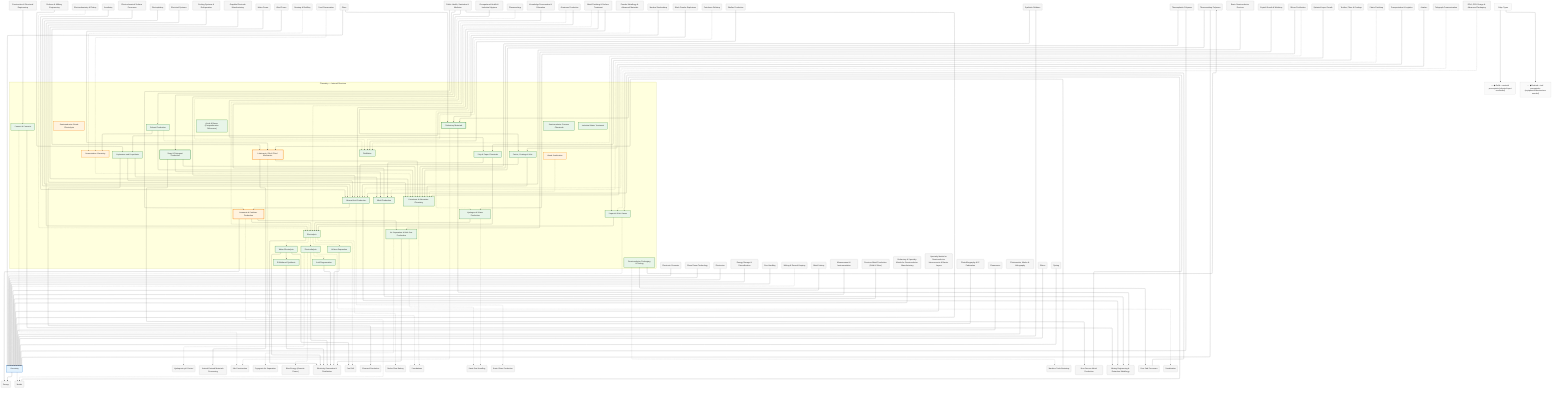
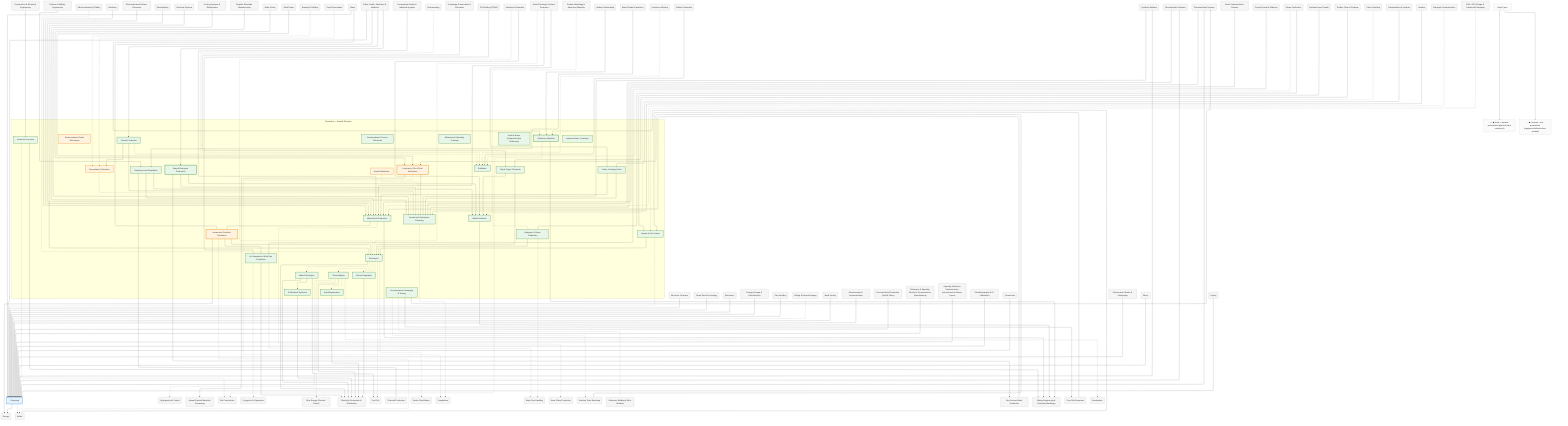
%%{init: {"flowchart": {"defaultRenderer": "elk", "htmlLabels": true}}}%%
graph TD
    %% Domain: Chemistry

    %% ==================== INTERNAL NODES ====================
    subgraph chemistry_internal ["Chemistry — Internal Structure"]
        direction TB
        chemistry_acids["Mineral Acid Production"]
        chemistry_alkalis["Alkali Production"]
        chemistry_cement["Cement & Concrete"]
        chemistry_electrolysis["Electrolysis"]
        chemistry_air-separation["Air Separation & Bulk Gas Production"]
        chemistry_hydrogen-silane["Hydrogen & Silane Production"]
        chemistry_dopant-etch-gases["Dopant & Etch Gases"]
        chemistry_packaging-testing["Semiconductor Packaging & Testing"]
        chemistry_petroleum-alternatives["Petroleum & Alternative Chemistry"]
        chemistry_lubricants["Lubricants, Oils & Fluid Mechanics"]
        chemistry_distillation["Distillation"]
        chemistry_explosives["Explosives and Propellants"]
        chemistry_petroleum-alternatives_fermentation["Fermentation Chemistry"]
        chemistry_petroleum-alternatives_wood-gasification["Wood Gasification"]
        chemistry_ammonia["Ammonia & Fertilizer Production"]
        chemistry_soap["Soap & Detergent Production"]
        chemistry_solvents["Solvent Production"]
        chemistry_refractories["Refractory Materials"]
        chemistry_coatings["Paints, Coatings & Inks"]
        chemistry_pulp-chemicals["Pulp & Paper Chemicals"]
+         chemistry_adhesives-coatings["Adhesives & Specialty Coatings"]
        chemistry_electrolysis_sem-tech["Semiconductor-Grade Electrolysis"]
        chemistry_water-electrolysis["Water Electrolysis"]
        chemistry_e-methanol["E-Methanol Synthesis"]
        chemistry_electrodialysis["Electrodialysis"]
        chemistry_acids-bases["Acids & Bases (Comprehensive Reference)"]
        chemistry_water-treatment["Industrial Water Treatment"]
        chemistry_lithium-separation["Lithium Separation"]
        chemistry_acid-regeneration["Acid Regeneration"]
        chemistry_semiconductor-chemicals["Semiconductor Process Chemicals"]
    end

    %% ==================== DOMAIN NODE ====================
    chemistry["Chemistry"]

    %% ==================== EXTERNAL DEPENDENCIES ====================
    agriculture_hydroponic-ph-control("Hydroponic pH Control")
    animals_animal-materials("Animal-Derived Materials Processing")
    ceramics_electronic-ceramics("Electronic Ceramics")
    ceramics_kilns("Kiln Construction")
    cleanrooms("Clean Room Technology")
    construction("Construction & Structural Engineering")
    cryogenics_air-separation("Cryogenic Air Separation")
    defense("Defense & Military Engineering")
    electrochemistry("Electrochemistry & Plating")
    electrochemistry_anodizing("Anodizing")
    electrochemistry_electrochemical-processes("Electrochemical Surface Processes")
    electrochemistry_electroplating("Electroplating")
    electronics("Electronics")
    electronics_electrical-systems("Electrical Systems")
    energy("Energy")
    energy_blue-energy("Blue Energy (Osmotic Power)")
    energy_cooling("Cooling Systems & Refrigeration")
    energy_electric-furnaces_electrode-manufacturing("Graphite Electrode Manufacturing")
    energy_electricity("Electricity Generation & Distribution")
    energy_fuel-cell("Fuel Cell")
    energy_fuels_charcoal("Charcoal Production")
    energy_gravity("Water Power")
    energy_redox-flow-battery("Redox Flow Battery")
    energy_storage("Energy Storage & Diversification")
    energy_wind("Wind Power")
    food-processing_brewing("Brewing & Distilling")
    food-processing_preservation("Food Preservation")
    foundations("Foundations")
    gas-handling("Gas Handling")
    gas-handling_basic("Basic Gas Handling")
    glass("Glass")
    glass_basic("Basic Glass Production")
    health("Public Health, Sanitation & Medicine")
    health_occupational-health("Occupational Health & Industrial Hygiene")
    health_pharmacology("Pharmacology")
    knowledge("Knowledge Preservation & Education")
    knowledge_writing("Writing & Record-Keeping")
    machine-tools("Machine Tools Bootstrap")
    machine-tools_joining("Metal Joining")
+     machine-tools_joining_tig-welding("TIG Welding (GTAW)")
+     machine-tools_joining_ultrasonic-bonding("Ultrasonic Welding & Wire Bonding")
    measurement("Measurement & Instrumentation")
    metals("Metals")
    metals_aluminum("Aluminum Production")
    metals_finishing("Metal Finishing & Surface Treatment")
    metals_non-ferrous("Non-Ferrous Metal Production")
    metals_powder-metallurgy("Powder Metallurgy & Advanced Materials")
    metals_precious-metals("Precious Metal Production (Gold & Silver)")
    metals_refractory-specialty("Refractory & Specialty Metals for Semiconductor Manufacturing")
    metals_specialty-semiconductor("Specialty Metals for Semiconductor Interconnects & Barrier Layers")
    metals_steelmaking("Modern Steelmaking")
    mining("Mining Engineering & Extractive Metallurgy")
    mining_extraction_black-powder("Black Powder Explosives")
    petroleum_refining("Petroleum Refining")
    photolithography("Photolithography & IC Fabrication")
    photolithography_cleanrooms("Cleanrooms")
    photolithography_fab-processes("Core Fab Processes")
    photolithography_resists-masks("Photoresists, Masks & Lithography")
    polymers_rubber_shellac("Shellac Production")
    polymers_rubber_synthetic("Synthetic Rubbers")
    polymers_thermoplastics("Thermoplastic Polymers")
    polymers_thermosets("Thermosetting Polymers")
    silicon("Silicon")
    silicon_basic-devices("Basic Semiconductor Devices")
    silicon_crystal-growth("Crystal Growth & Wafering")
    silicon_purification("Silicon Purification")
    silicon_wafering_epitaxy("Epitaxial Layer Growth")
    textiles("Textiles, Fiber & Cordage")
    textiles_dyeing("Dyeing")
    textiles_finishing("Fabric Finishing")
    transport("Transportation & Logistics")
    transport_aviation("Aviation")
    transport_telegraph("Telegraph Communication")
    vlsi-scaling_eda-design("EDA, GPU Design & Advanced Packaging")
    water_desalination("Desalination")

    %% ==================== EDGES ====================
    chemistry_hydrogen-silane --> chemistry_electrolysis
    chemistry_dopant-etch-gases --> chemistry_electrolysis
    chemistry_dopant-etch-gases -.-> chemistry
    chemistry_lubricants --> chemistry_petroleum-alternatives
    chemistry_explosives --> chemistry_acids
    chemistry_explosives --> chemistry_alkalis
    chemistry_petroleum-alternatives_fermentation -.-> chemistry_petroleum-alternatives
    chemistry_petroleum-alternatives_wood-gasification -.-> chemistry_petroleum-alternatives
    chemistry_ammonia --> chemistry_air-separation
    chemistry_ammonia --> chemistry_electrolysis
    chemistry_acids --> chemistry_ammonia
    chemistry_soap --> chemistry_alkalis
    chemistry_soap --> chemistry_petroleum-alternatives
    chemistry_solvents --> chemistry_petroleum-alternatives
    chemistry_solvents -.-> chemistry_distillation
    chemistry_solvents --> chemistry_petroleum-alternatives_fermentation
    chemistry_coatings --> chemistry_petroleum-alternatives
    chemistry_coatings --> chemistry_acids
    chemistry_pulp-chemicals --> chemistry_alkalis
    chemistry_pulp-chemicals --> chemistry_electrolysis
    chemistry_electrolysis -.-> chemistry_water-electrolysis
    chemistry_electrolysis -.-> chemistry_electrodialysis
    chemistry_electrolysis -.-> chemistry_lithium-separation
    chemistry_water-electrolysis --> chemistry_e-methanol
    chemistry_electrodialysis -.-> chemistry_acid-regeneration
    energy_gravity --> chemistry_lubricants
    energy_wind --> chemistry_lubricants
    machine-tools --> chemistry_lubricants
    energy_cooling --> chemistry_petroleum-alternatives
    chemistry_electrolysis --> energy_electricity
    machine-tools_joining --> chemistry
    chemistry -.-> metals
    chemistry --> energy
    chemistry_acids --> mining
    chemistry_acids -.-> glass_basic
    chemistry_alkalis --> mining
    chemistry_cement -.-> ceramics_kilns
    chemistry_cement --> mining
    glass --> chemistry
    gas-handling --> chemistry
    measurement --> chemistry
    silicon --> chemistry
    silicon_purification -.-> chemistry_distillation
    silicon_purification --> chemistry_hydrogen-silane
    silicon_crystal-growth --> chemistry_air-separation
    silicon_basic-devices --> chemistry_acids
    photolithography --> chemistry
    photolithography_cleanrooms --> chemistry
    photolithography_resists-masks --> chemistry
    photolithography_fab-processes --> chemistry_dopant-etch-gases
    vlsi-scaling_eda-design -.-> chemistry_dopant-etch-gases
    health --> chemistry
    chemistry_air-separation --> energy_electricity
    chemistry_air-separation -.-> gas-handling_basic
    chemistry_hydrogen-silane -.-> gas-handling_basic
    chemistry_packaging-testing --> photolithography_fab-processes
    chemistry_packaging-testing -.-> machine-tools
    chemistry_packaging-testing --> polymers_thermosets
    energy_storage --> chemistry
    chemistry_lubricants -.-> foundations
    chemistry_petroleum-alternatives -.-> foundations
    transport_aviation --> chemistry_petroleum-alternatives
    polymers_rubber_synthetic --> chemistry_petroleum-alternatives
    polymers_rubber_synthetic --> chemistry
    polymers_thermosets --> chemistry_petroleum-alternatives
    polymers_thermosets --> chemistry
    polymers_thermoplastics --> chemistry_petroleum-alternatives
    polymers_thermoplastics --> chemistry
    health_pharmacology -.-> chemistry_distillation
    textiles_dyeing --> chemistry
    ceramics_electronic-ceramics --> chemistry
    energy_electric-furnaces_electrode-manufacturing --> chemistry_petroleum-alternatives
    mining_extraction_black-powder --> chemistry_explosives
    transport_telegraph -.-> chemistry_acids
    chemistry_explosives --> energy_fuels_charcoal
    polymers_rubber_shellac --> chemistry_distillation
    knowledge_writing -.-> chemistry
    chemistry_ammonia --> energy
    chemistry_ammonia -.-> metals
    health --> chemistry_ammonia
    health --> chemistry_soap
    health --> chemistry_solvents
    chemistry_refractories --> mining
    chemistry_refractories -.-> ceramics_kilns
    metals --> chemistry_refractories
    glass --> chemistry_refractories
    transport --> chemistry_coatings
    knowledge --> chemistry_pulp-chemicals
    textiles --> chemistry_pulp-chemicals
    metals_steelmaking --> chemistry_refractories
    metals_aluminum -.-> chemistry_electrolysis
    metals_aluminum --> chemistry_alkalis
    metals_non-ferrous --> chemistry_acids
    chemistry_soap --> metals_non-ferrous
    metals_finishing --> chemistry_acids
    metals_finishing -.-> chemistry_electrolysis
    metals_finishing --> chemistry_coatings
    metals_powder-metallurgy -.-> chemistry_hydrogen-silane
    chemistry_lubricants --> animals_animal-materials
    textiles_finishing -.-> chemistry_alkalis
    health_occupational-health --> chemistry_acids
    silicon_wafering_epitaxy --> chemistry_dopant-etch-gases
    chemistry_electrolysis -.-> energy_redox-flow-battery
    chemistry_electrolysis -.-> energy_fuel-cell
    chemistry_water-electrolysis --> energy_electricity
    chemistry_e-methanol --> energy_electricity
    chemistry_electrodialysis --> energy_electricity
    chemistry_lithium-separation --> energy_electricity
    chemistry_acid-regeneration --> energy_electricity
    chemistry_water-electrolysis --> energy_fuel-cell
    chemistry_electrodialysis -.-> water_desalination
    chemistry_electrodialysis -.-> energy_blue-energy
    chemistry_electrodialysis -.-> agriculture_hydroponic-ph-control
    electronics --> chemistry
    electronics_electrical-systems --> chemistry_electrolysis
    metals_refractory-specialty --> chemistry
    metals_specialty-semiconductor --> chemistry
    metals_precious-metals --> chemistry
    cleanrooms --> chemistry
    chemistry_air-separation -.-> cryogenics_air-separation
    electrochemistry -.-> chemistry_electrolysis
    electrochemistry_electroplating --> chemistry_acids
    electrochemistry_anodizing --> chemistry_acids
    electrochemistry_electrochemical-processes --> chemistry_acids
    petroleum_refining -.-> chemistry_distillation
    defense --> chemistry_explosives
    construction --> chemistry_cement
    food-processing_preservation -.-> chemistry_petroleum-alternatives_fermentation
    food-processing_brewing -.-> chemistry_petroleum-alternatives_fermentation
+     machine-tools_joining_tig-welding --> chemistry_air-separation
+     chemistry_packaging-testing -.-> machine-tools_joining_ultrasonic-bonding

    %% ==================== EDGE TYPE LEGEND ====================
    EdgeLegend["Edge Types"]
    EdgeLegend --> MatNote["──▶ Solid = material prerequisite (physical input consumed)"]
    EdgeLegend --> ToolNote["- - ▶ Dashed = tool prerequisite (equipment/infrastructure needed)"]

    %% ==================== STYLING ====================
    classDef domain fill:#e3f2fd,stroke:#1976d2,stroke-width:2px
    classDef capability fill:#e8f5e9,stroke:#388e3c,stroke-width:2px
    classDef process fill:#fff3e0,stroke:#f57c00,stroke-width:2px
    classDef critical fill:#fff3e0,stroke:#f57c00,stroke-width:3px
    classDef earlyWin fill:#e8f5e9,stroke:#388e3c,stroke-width:3px
    classDef pinnacle fill:#fce4ec,stroke:#c62828,stroke-width:3px
    classDef external fill:#f5f5f5,stroke:#9e9e9e,stroke-width:1px
    classDef legend fill:#fafafa,stroke:#bdbdbd,stroke-width:1px
    class chemistry domain
    class chemistry_acids capability
    class chemistry_alkalis capability
    class chemistry_cement capability
    class chemistry_electrolysis capability
    class chemistry_air-separation capability
    class chemistry_hydrogen-silane capability
    class chemistry_dopant-etch-gases capability
    class chemistry_packaging-testing capability
    class chemistry_petroleum-alternatives capability
    class chemistry_lubricants critical
    class chemistry_distillation capability
    class chemistry_explosives capability
    class chemistry_petroleum-alternatives_fermentation process
    class chemistry_petroleum-alternatives_wood-gasification process
    class chemistry_ammonia critical
    class chemistry_soap earlyWin
    class chemistry_solvents capability
    class chemistry_refractories earlyWin
    class chemistry_coatings capability
    class chemistry_pulp-chemicals capability
+     class chemistry_adhesives-coatings capability
    class chemistry_electrolysis_sem-tech process
    class chemistry_water-electrolysis capability
    class chemistry_e-methanol capability
    class chemistry_electrodialysis capability
    class chemistry_acids-bases capability
    class chemistry_water-treatment capability
    class chemistry_lithium-separation capability
    class chemistry_acid-regeneration capability
    class chemistry_semiconductor-chemicals capability
    class agriculture_hydroponic-ph-control external
    class animals_animal-materials external
    class ceramics_electronic-ceramics external
    class ceramics_kilns external
    class cleanrooms external
    class construction external
    class cryogenics_air-separation external
    class defense external
    class electrochemistry external
    class electrochemistry_anodizing external
    class electrochemistry_electrochemical-processes external
    class electrochemistry_electroplating external
    class electronics external
    class electronics_electrical-systems external
    class energy external
    class energy_blue-energy external
    class energy_cooling external
    class energy_electric-furnaces_electrode-manufacturing external
    class energy_electricity external
    class energy_fuel-cell external
    class energy_fuels_charcoal external
    class energy_gravity external
    class energy_redox-flow-battery external
    class energy_storage external
    class energy_wind external
    class food-processing_brewing external
    class food-processing_preservation external
    class foundations external
    class gas-handling external
    class gas-handling_basic external
    class glass external
    class glass_basic external
    class health external
    class health_occupational-health external
    class health_pharmacology external
    class knowledge external
    class knowledge_writing external
    class machine-tools external
    class machine-tools_joining external
+     class machine-tools_joining_tig-welding external
+     class machine-tools_joining_ultrasonic-bonding external
    class measurement external
    class metals external
    class metals_aluminum external
    class metals_finishing external
    class metals_non-ferrous external
    class metals_powder-metallurgy external
    class metals_precious-metals external
    class metals_refractory-specialty external
    class metals_specialty-semiconductor external
    class metals_steelmaking external
    class mining external
    class mining_extraction_black-powder external
    class petroleum_refining external
    class photolithography external
    class photolithography_cleanrooms external
    class photolithography_fab-processes external
    class photolithography_resists-masks external
    class polymers_rubber_shellac external
    class polymers_rubber_synthetic external
    class polymers_thermoplastics external
    class polymers_thermosets external
    class silicon external
    class silicon_basic-devices external
    class silicon_crystal-growth external
    class silicon_purification external
    class silicon_wafering_epitaxy external
    class textiles external
    class textiles_dyeing external
    class textiles_finishing external
    class transport external
    class transport_aviation external
    class transport_telegraph external
    class vlsi-scaling_eda-design external
    class water_desalination external
    class EdgeLegend,MatNote,ToolNote legend
